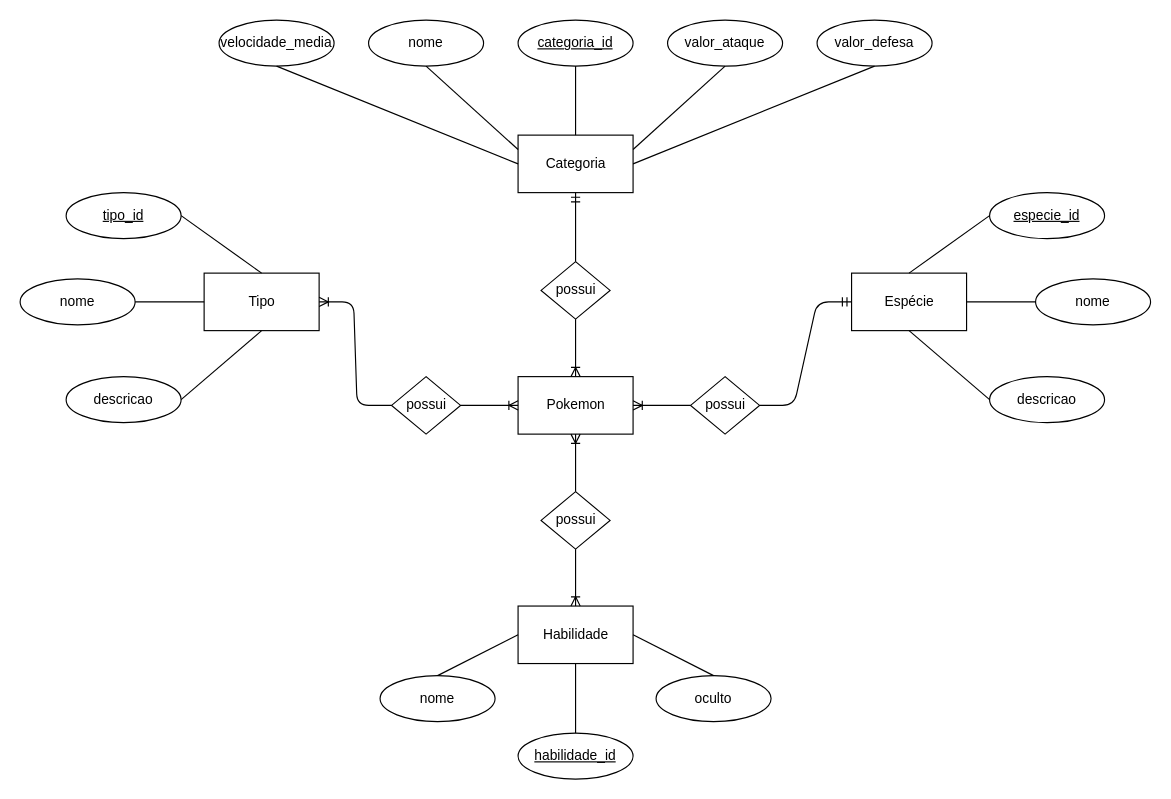
Above: der/der.drawio in luccaluchi/database-conception (draw.io), before the change. Source tidied: cells renumbered, new cells numbered last; positions are measured from the earlier drawing's top-left corner, leaving out a move shared by most shapes. Both pictures are drawn from the tidied source at 115%, with x=0, y=0 at pixel (20, 20).
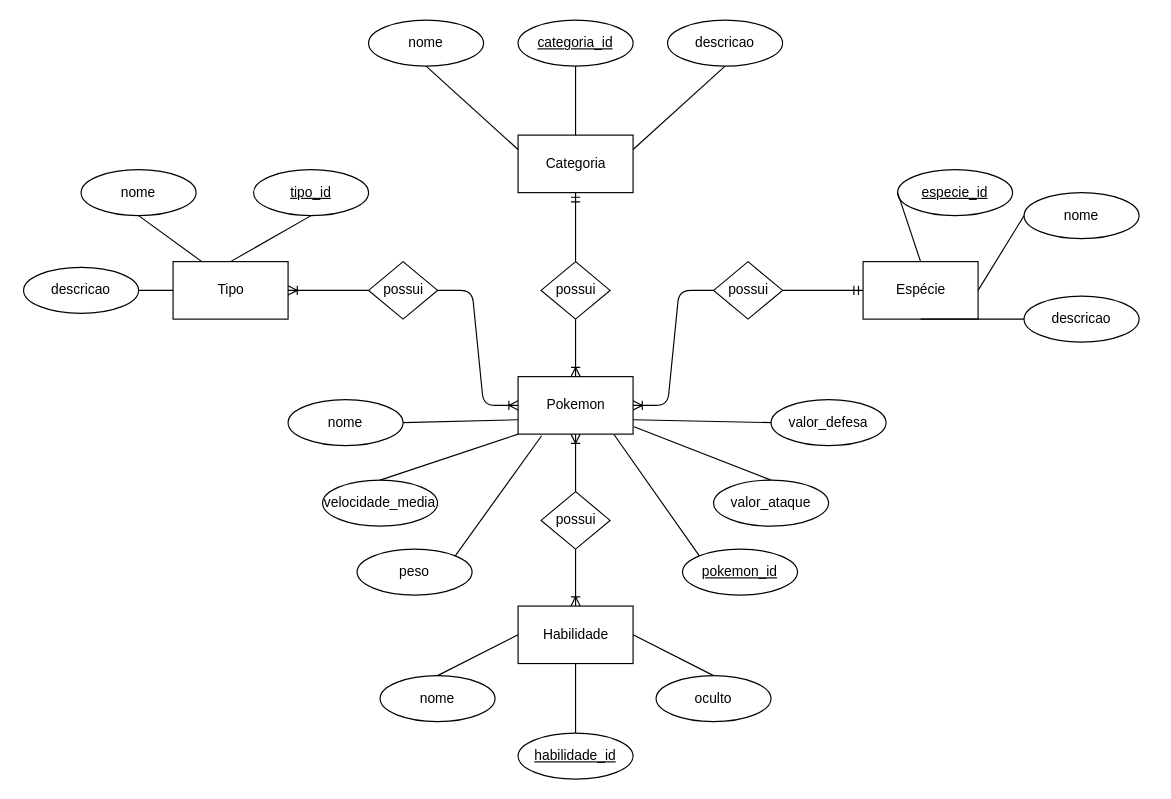
The same page after the edit.

Commit message (it also covers changes not shown here):
corrigindo atributos posicionandos errados

Unchanged cells that the change refers to:
```xml
<mxCell id="2" value="Pokemon" style="html=1;dashed=0;whitespace=wrap;" parent="1" vertex="1">
  <mxGeometry x="433" y="310" width="100" height="50" as="geometry" />
</mxCell>
<mxCell id="6" value="Categoria" style="html=1;dashed=0;whitespace=wrap;" parent="1" vertex="1">
  <mxGeometry x="433" y="100" width="100" height="50" as="geometry" />
</mxCell>
```

What changed in the source:
```diff
@@
+    <mxCell id="47" value="pokemon_id" style="ellipse;whiteSpace=wrap;html=1;align=center;fontStyle=4;" parent="1" vertex="1">
+      <mxGeometry x="576" y="460" width="100" height="40" as="geometry" />
+    </mxCell>
@@
     <mxCell id="3" value="possui" style="shape=rhombus;html=1;dashed=0;whitespace=wrap;perimeter=rhombusPerimeter;" parent="1" vertex="1">
-      <mxGeometry x="583" y="310" width="60" height="50" as="geometry" />
+      <mxGeometry x="603" y="210" width="60" height="50" as="geometry" />
     </mxCell>
     <mxCell id="4" value="Espécie" style="html=1;dashed=0;whitespace=wrap;" parent="1" vertex="1">
-      <mxGeometry x="723" y="220" width="100" height="50" as="geometry" />
+      <mxGeometry x="733" y="210" width="100" height="50" as="geometry" />
     </mxCell>
@@
     <mxCell id="7" value="possui" style="shape=rhombus;html=1;dashed=0;whitespace=wrap;perimeter=rhombusPerimeter;" parent="1" vertex="1">
-      <mxGeometry x="323" y="310" width="60" height="50" as="geometry" />
+      <mxGeometry x="303" y="210" width="60" height="50" as="geometry" />
     </mxCell>
     <mxCell id="8" value="Tipo" style="html=1;dashed=0;whitespace=wrap;" parent="1" vertex="1">
-      <mxGeometry x="160" y="220" width="100" height="50" as="geometry" />
+      <mxGeometry x="133" y="210" width="100" height="50" as="geometry" />
     </mxCell>
@@
-    <mxCell id="13" value="valor_ataque" style="ellipse;whiteSpace=wrap;html=1;align=center;" parent="1" vertex="1">
-      <mxGeometry x="563" width="100" height="40" as="geometry" />
-    </mxCell>
     <mxCell id="14" value="velocidade_media" style="ellipse;whiteSpace=wrap;html=1;align=center;" parent="1" vertex="1">
-      <mxGeometry x="173" width="100" height="40" as="geometry" />
+      <mxGeometry x="263" y="400" width="100" height="40" as="geometry" />
     </mxCell>
-    <mxCell id="15" value="valor_defesa" style="ellipse;whiteSpace=wrap;html=1;align=center;" parent="1" vertex="1">
-      <mxGeometry x="693" width="100" height="40" as="geometry" />
-    </mxCell>
     <mxCell id="16" value="tipo_id" style="ellipse;whiteSpace=wrap;html=1;align=center;fontStyle=4;" parent="1" vertex="1">
-      <mxGeometry x="40" y="150" width="100" height="40" as="geometry" />
+      <mxGeometry x="203" y="130" width="100" height="40" as="geometry" />
     </mxCell>
     <mxCell id="17" value="nome" style="ellipse;whiteSpace=wrap;html=1;align=center;" parent="1" vertex="1">
-      <mxGeometry y="225" width="100" height="40" as="geometry" />
+      <mxGeometry x="53" y="130" width="100" height="40" as="geometry" />
     </mxCell>
     <mxCell id="18" value="descricao" style="ellipse;whiteSpace=wrap;html=1;align=center;" parent="1" vertex="1">
-      <mxGeometry x="40" y="310" width="100" height="40" as="geometry" />
+      <mxGeometry x="3" y="215" width="100" height="40" as="geometry" />
     </mxCell>
     <mxCell id="19" value="especie_id" style="ellipse;whiteSpace=wrap;html=1;align=center;fontStyle=4;" parent="1" vertex="1">
-      <mxGeometry x="843" y="150" width="100" height="40" as="geometry" />
+      <mxGeometry x="763" y="130" width="100" height="40" as="geometry" />
     </mxCell>
     <mxCell id="20" value="nome" style="ellipse;whiteSpace=wrap;html=1;align=center;" parent="1" vertex="1">
-      <mxGeometry x="883" y="225" width="100" height="40" as="geometry" />
+      <mxGeometry x="873" y="150" width="100" height="40" as="geometry" />
     </mxCell>
     <mxCell id="21" value="descricao" style="ellipse;whiteSpace=wrap;html=1;align=center;" parent="1" vertex="1">
-      <mxGeometry x="843" y="310" width="100" height="40" as="geometry" />
+      <mxGeometry x="873" y="240" width="100" height="40" as="geometry" />
     </mxCell>
@@
-    <mxCell id="25" style="endArrow=none;html=1;exitX=0.5;exitY=1;exitDx=0;exitDy=0;entryX=0;entryY=0.5;entryDx=0;entryDy=0;" parent="1" edge="1" source="14" target="6">
+    <mxCell id="25" style="endArrow=none;html=1;exitX=0.5;exitY=0;exitDx=0;exitDy=0;entryX=0;entryY=1;entryDx=0;entryDy=0;" parent="1" edge="1" source="14" target="2">
       <mxGeometry relative="1" as="geometry" />
     </mxCell>
@@
-    <mxCell id="28" style="endArrow=none;html=1;exitX=0.5;exitY=1;exitDx=0;exitDy=0;entryX=1;entryY=0.25;entryDx=0;entryDy=0;" parent="1" edge="1" source="13" target="6">
-      <mxGeometry relative="1" as="geometry" />
-    </mxCell>
-    <mxCell id="29" style="endArrow=none;html=1;exitX=0.5;exitY=1;exitDx=0;exitDy=0;entryX=1;entryY=0.5;entryDx=0;entryDy=0;" parent="1" edge="1" source="15" target="6">
-      <mxGeometry relative="1" as="geometry" />
-    </mxCell>
-    <mxCell id="30" style="endArrow=none;html=1;entryX=0.5;entryY=1;entryDx=0;entryDy=0;exitX=1;exitY=0.5;exitDx=0;exitDy=0;" parent="1" edge="1" source="18" target="8">
+    <mxCell id="30" style="endArrow=none;html=1;entryX=0;entryY=0.5;entryDx=0;entryDy=0;exitX=1;exitY=0.5;exitDx=0;exitDy=0;" parent="1" edge="1" source="18" target="8">
       <mxGeometry relative="1" as="geometry" />
     </mxCell>
-    <mxCell id="31" style="endArrow=none;html=1;entryX=1;entryY=0.5;entryDx=0;entryDy=0;exitX=0;exitY=0.5;exitDx=0;exitDy=0;" parent="1" edge="1" source="8" target="17">
+    <mxCell id="31" style="endArrow=none;html=1;entryX=0.5;entryY=1;entryDx=0;entryDy=0;exitX=0.25;exitY=0;exitDx=0;exitDy=0;" parent="1" edge="1" source="8" target="17">
       <mxGeometry relative="1" as="geometry" />
     </mxCell>
-    <mxCell id="32" style="endArrow=none;html=1;exitX=0.5;exitY=0;exitDx=0;exitDy=0;" parent="1" edge="1" source="8">
-      <mxGeometry relative="1" as="geometry">
-        <mxPoint x="140" y="170" as="targetPoint" />
-      </mxGeometry>
+    <mxCell id="32" style="endArrow=none;html=1;exitX=0.5;exitY=0;exitDx=0;exitDy=0;entryX=0.5;entryY=1;entryDx=0;entryDy=0;" parent="1" edge="1" source="8" target="16">
+      <mxGeometry relative="1" as="geometry" />
     </mxCell>
@@
+    <mxCell id="13" value="valor_ataque" style="ellipse;whiteSpace=wrap;html=1;align=center;" parent="1" vertex="1">
+      <mxGeometry x="603" y="400" width="100" height="40" as="geometry" />
+    </mxCell>
+    <mxCell id="48" style="endArrow=none;html=1;exitX=0.5;exitY=0;exitDx=0;exitDy=0;entryX=1.008;entryY=0.872;entryDx=0;entryDy=0;entryPerimeter=0;" parent="1" edge="1" source="13" target="2">
+      <mxGeometry relative="1" as="geometry" />
+    </mxCell>
+    <mxCell id="15" value="valor_defesa" style="ellipse;whiteSpace=wrap;html=1;align=center;" parent="1" vertex="1">
+      <mxGeometry x="653" y="330" width="100" height="40" as="geometry" />
+    </mxCell>
+    <mxCell id="49" style="endArrow=none;html=1;exitX=0;exitY=0.5;exitDx=0;exitDy=0;entryX=1;entryY=0.75;entryDx=0;entryDy=0;" parent="1" edge="1" source="15" target="2">
+      <mxGeometry relative="1" as="geometry" />
+    </mxCell>
+    <mxCell id="50" value="descricao" style="ellipse;whiteSpace=wrap;html=1;align=center;" parent="1" vertex="1">
+      <mxGeometry x="563" width="100" height="40" as="geometry" />
+    </mxCell>
+    <mxCell id="51" style="endArrow=none;html=1;exitX=0.5;exitY=1;exitDx=0;exitDy=0;entryX=1;entryY=0.25;entryDx=0;entryDy=0;" parent="1" edge="1" source="50" target="6">
+      <mxGeometry relative="1" as="geometry" />
+    </mxCell>
+    <mxCell id="52" value="nome" style="ellipse;whiteSpace=wrap;html=1;align=center;" parent="1" vertex="1">
+      <mxGeometry x="233" y="330" width="100" height="40" as="geometry" />
+    </mxCell>
+    <mxCell id="53" value="peso" style="ellipse;whiteSpace=wrap;html=1;align=center;" parent="1" vertex="1">
+      <mxGeometry x="293" y="460" width="100" height="40" as="geometry" />
+    </mxCell>
+    <mxCell id="54" style="endArrow=none;html=1;exitX=1;exitY=0.5;exitDx=0;exitDy=0;entryX=0;entryY=0.75;entryDx=0;entryDy=0;" parent="1" edge="1" source="52" target="2">
+      <mxGeometry relative="1" as="geometry" />
+    </mxCell>
+    <mxCell id="55" style="endArrow=none;html=1;exitX=1;exitY=0;exitDx=0;exitDy=0;entryX=0.205;entryY=1.028;entryDx=0;entryDy=0;entryPerimeter=0;" parent="1" edge="1" source="53" target="2">
+      <mxGeometry relative="1" as="geometry" />
+    </mxCell>
+    <mxCell id="56" style="endArrow=none;html=1;exitX=0;exitY=0;exitDx=0;exitDy=0;entryX=0.834;entryY=1.007;entryDx=0;entryDy=0;entryPerimeter=0;" parent="1" edge="1" source="47" target="2">
+      <mxGeometry relative="1" as="geometry" />
+    </mxCell>
```
